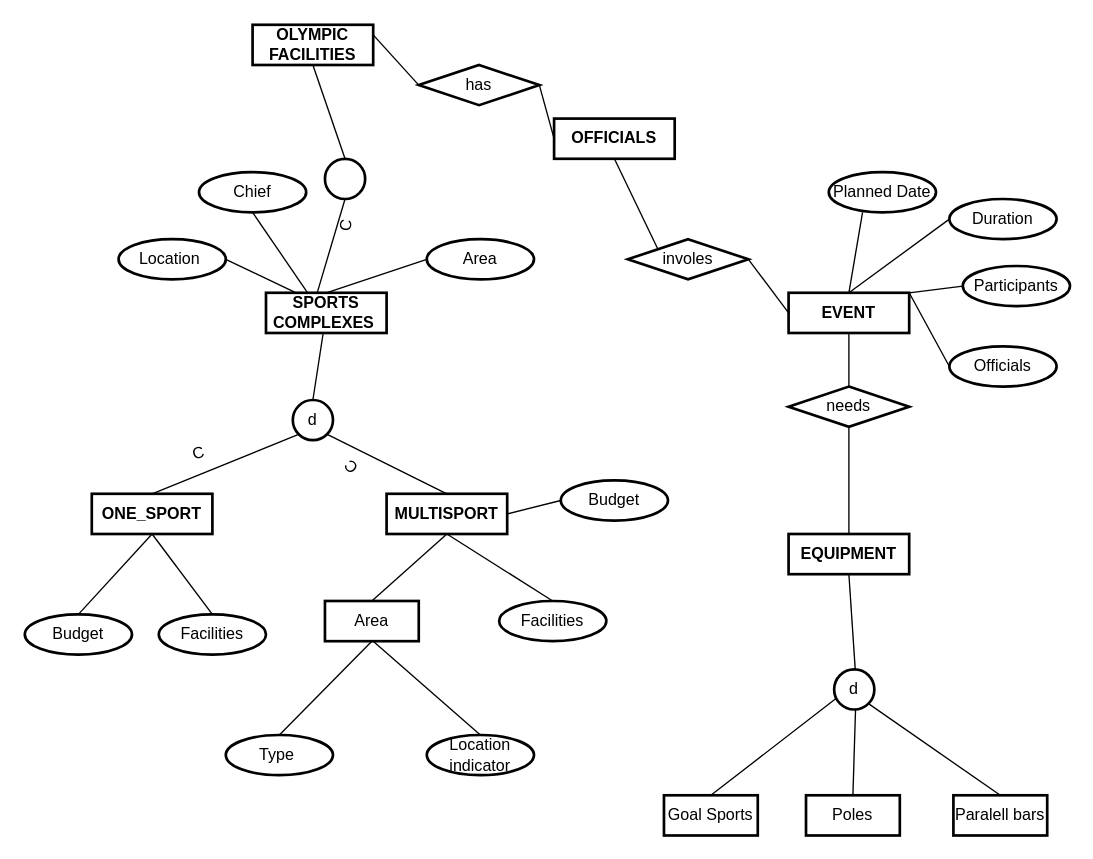
Before: 2-W5.drawio in kieuvantuyen01/testGit, a draw.io diagram. Source tidied: cells renumbered, new cells numbered last; positions are measured from the earlier drawing's top-left corner, leaving out a move shared by most shapes. Both pictures are drawn from the tidied source at 134%, with x=0, y=0 at pixel (24, 24).
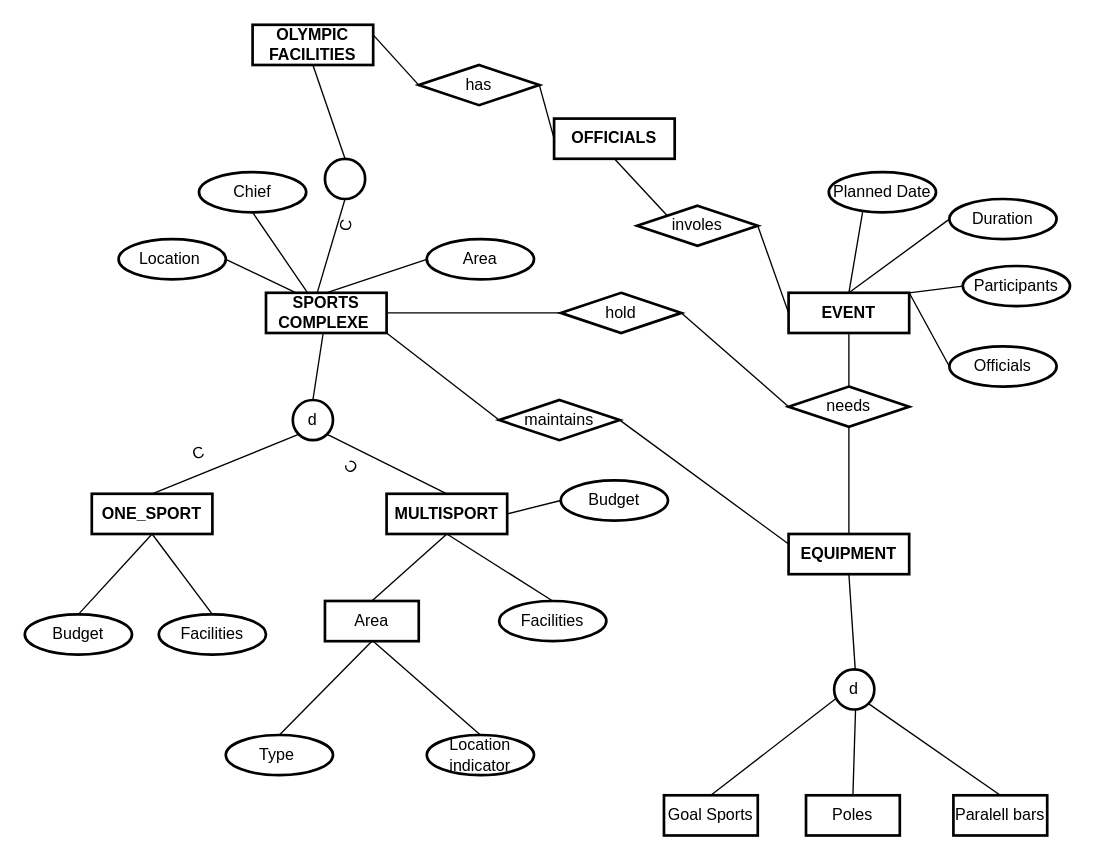
After the change.

Unchanged cells that the change refers to:
```xml
<mxCell id="14" value="EQUIPMENT" style="whiteSpace=wrap;html=1;align=center;strokeWidth=2;fontStyle=1;" parent="1" vertex="1">
  <mxGeometry x="570" y="380" width="90" height="30" as="geometry" />
</mxCell>
<mxCell id="48" value="needs" style="shape=rhombus;perimeter=rhombusPerimeter;whiteSpace=wrap;html=1;align=center;strokeWidth=2;" parent="1" vertex="1">
  <mxGeometry x="570" y="270" width="90" height="30" as="geometry" />
</mxCell>
```

What changed in the source:
```diff
@@
-    <mxCell id="2" value="&lt;br&gt;&lt;br&gt;&lt;br&gt;&lt;b style=&quot;text-align: justify&quot;&gt;SPORTS COMPLEXES&lt;/b&gt;&amp;nbsp;&lt;br&gt;&lt;br style=&quot;font-style: normal ; font-variant: normal ; font-weight: normal ; letter-spacing: normal ; line-height: normal ; text-indent: 0px ; text-transform: none ; word-spacing: 0px&quot;&gt;&lt;br&gt;&lt;br&gt;" style="whiteSpace=wrap;html=1;align=center;strokeWidth=2;fontStyle=1;" parent="1" vertex="1">
+    <mxCell id="2" value="&lt;b style=&quot;text-align: justify&quot;&gt;SPORTS COMPLEXE&lt;/b&gt;&lt;span&gt;&amp;nbsp;&lt;/span&gt;&lt;b style=&quot;text-align: justify&quot;&gt;&lt;br&gt;&lt;/b&gt;" style="whiteSpace=wrap;html=1;align=center;strokeWidth=2;fontStyle=1;" parent="1" vertex="1">
       <mxGeometry x="180" y="200" width="90" height="30" as="geometry" />
     </mxCell>
@@
     <mxCell id="58" value="involes" style="shape=rhombus;perimeter=rhombusPerimeter;whiteSpace=wrap;html=1;align=center;strokeWidth=2;" parent="1" vertex="1">
-      <mxGeometry x="450" y="160" width="90" height="30" as="geometry" />
+      <mxGeometry x="457" y="135" width="90" height="30" as="geometry" />
     </mxCell>
@@
+    <mxCell id="64" value="maintains" style="shape=rhombus;perimeter=rhombusPerimeter;whiteSpace=wrap;html=1;align=center;strokeWidth=2;" parent="1" vertex="1">
+      <mxGeometry x="354" y="280" width="90" height="30" as="geometry" />
+    </mxCell>
+    <mxCell id="65" value="hold" style="shape=rhombus;perimeter=rhombusPerimeter;whiteSpace=wrap;html=1;align=center;strokeWidth=2;" parent="1" vertex="1">
+      <mxGeometry x="400" y="200" width="90" height="30" as="geometry" />
+    </mxCell>
+    <mxCell id="66" style="endArrow=none;html=1;rounded=0;entryX=1;entryY=1;entryDx=0;entryDy=0;exitX=0;exitY=0.5;exitDx=0;exitDy=0;" parent="1" edge="1" source="64" target="2">
+      <mxGeometry relative="1" as="geometry" />
+    </mxCell>
+    <mxCell id="67" style="endArrow=none;html=1;rounded=0;entryX=1;entryY=0.5;entryDx=0;entryDy=0;exitX=0;exitY=0.25;exitDx=0;exitDy=0;" parent="1" edge="1" source="14" target="64">
+      <mxGeometry relative="1" as="geometry" />
+    </mxCell>
+    <mxCell id="68" style="endArrow=none;html=1;rounded=0;entryX=1;entryY=0.5;entryDx=0;entryDy=0;exitX=0;exitY=0.5;exitDx=0;exitDy=0;" parent="1" edge="1" source="48" target="65">
+      <mxGeometry relative="1" as="geometry" />
+    </mxCell>
+    <mxCell id="69" style="endArrow=none;html=1;rounded=0;entryX=1;entryY=0.5;entryDx=0;entryDy=0;exitX=0;exitY=0.5;exitDx=0;exitDy=0;" parent="1" edge="1" source="65" target="2">
+      <mxGeometry relative="1" as="geometry" />
+    </mxCell>
```
